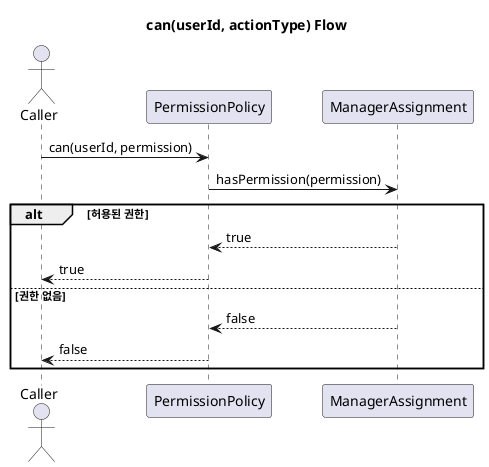
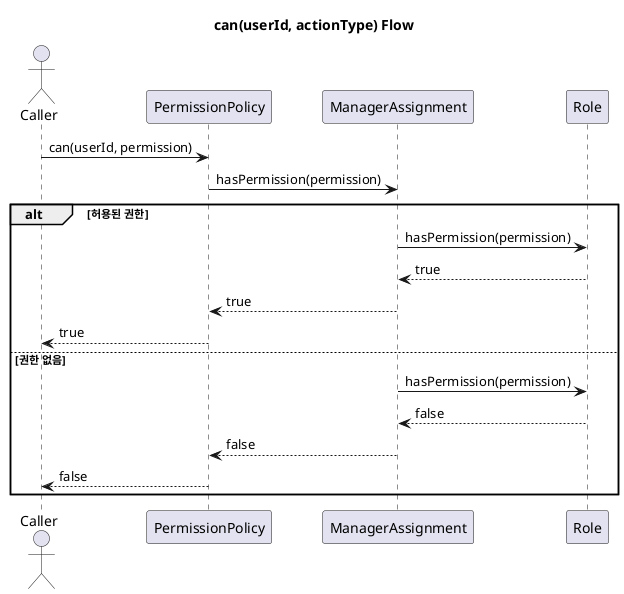
@startuml
title can(userId, actionType) Flow

actor Caller
participant PermissionPolicy
participant ManagerAssignment
+ participant Role

Caller -> PermissionPolicy : can(userId, permission)

PermissionPolicy -> ManagerAssignment : hasPermission(permission)
- 
alt 허용된 권한
+   ManagerAssignment -> Role : hasPermission(permission)
+   Role --> ManagerAssignment : true
  ManagerAssignment --> PermissionPolicy : true
  PermissionPolicy --> Caller : true
else 권한 없음
+   ManagerAssignment -> Role : hasPermission(permission)
+   Role --> ManagerAssignment : false
  ManagerAssignment --> PermissionPolicy : false
  PermissionPolicy --> Caller : false
end
@enduml
